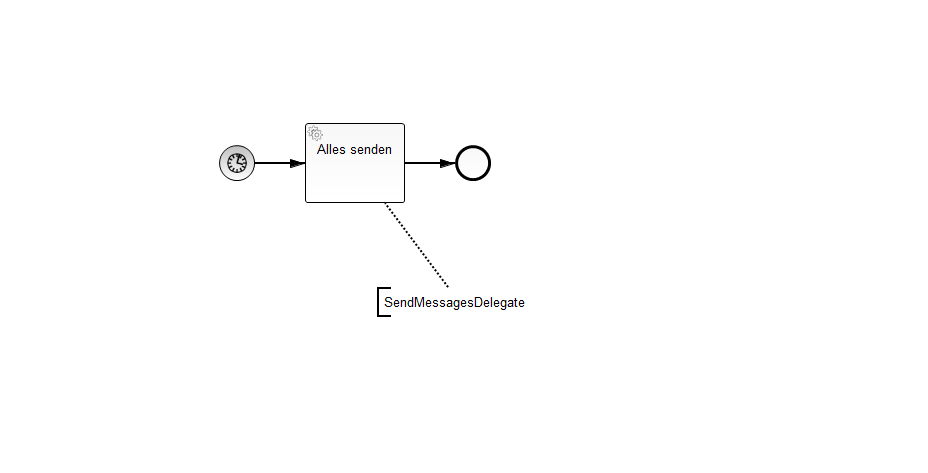
Before: resourceplanning-bpm/src/main/resources/MailTriggerProcess.png, a diagram exported from BPMN (gheddie/speedys-resourceplanning). Its source is kept beside it as resourceplanning-bpm/src/main/resources/MailTriggerProcess.bpmn. Ids are renumbered. Its diagram source:
```xml
<bpmn2:definitions xmlns:xsi="http://www.w3.org/2001/XMLSchema-instance" xmlns:bpmn2="http://www.omg.org/spec/BPMN/20100524/MODEL" xmlns:bpmndi="http://www.omg.org/spec/BPMN/20100524/DI" xmlns:camunda="http://activiti.org/bpmn" xmlns:dc="http://www.omg.org/spec/DD/20100524/DC" xmlns:di="http://www.omg.org/spec/DD/20100524/DI" xsi:schemaLocation="http://www.omg.org/spec/BPMN/20100524/MODEL BPMN20.xsd" id="_C8998G01EeW7KpF1VORX7Q" exporter="camunda modeler" exporterVersion="2.7.0" targetNamespace="http://activiti.org/bpmn">
  <bpmn2:process id="MailTriggerProcess" isExecutable="true">
    <bpmn2:startEvent id="StartEvent_1">
      <bpmn2:outgoing>SequenceFlow_1</bpmn2:outgoing>
      <bpmn2:timerEventDefinition id="_TimerEventDefinition_2">
        <bpmn2:timeCycle xsi:type="bpmn2:tFormalExpression">R/PT10S</bpmn2:timeCycle>
      </bpmn2:timerEventDefinition>
    </bpmn2:startEvent>
    <bpmn2:serviceTask id="ServiceTask_1" camunda:class="de.trispeedys.resourceplanning.delegate.mailtrigger.SendMessagesDelegate" name="Alles senden">
      <bpmn2:incoming>SequenceFlow_1</bpmn2:incoming>
      <bpmn2:outgoing>SequenceFlow_2</bpmn2:outgoing>
    </bpmn2:serviceTask>
    <bpmn2:sequenceFlow id="SequenceFlow_1" name="" sourceRef="StartEvent_1" targetRef="ServiceTask_1"/>
    <bpmn2:endEvent id="EndEvent_1">
      <bpmn2:incoming>SequenceFlow_2</bpmn2:incoming>
    </bpmn2:endEvent>
    <bpmn2:sequenceFlow id="SequenceFlow_2" name="" sourceRef="ServiceTask_1" targetRef="EndEvent_1"/>
    <bpmn2:textAnnotation id="TextAnnotation_1">
      <bpmn2:text>SendMessagesDelegate</bpmn2:text>
    </bpmn2:textAnnotation>
    <bpmn2:association id="Association_1" sourceRef="TextAnnotation_1" targetRef="ServiceTask_1"/>
  </bpmn2:process>
  <bpmndi:BPMNDiagram id="BPMNDiagram_1">
    <bpmndi:BPMNPlane id="BPMNPlane_1" bpmnElement="MailTriggerProcess">
      <bpmndi:BPMNShape id="_BPMNShape_StartEvent_2" bpmnElement="StartEvent_1">
        <dc:Bounds height="36.0" width="36.0" x="219.0" y="145.0"/>
      </bpmndi:BPMNShape>
      <bpmndi:BPMNShape id="_BPMNShape_ServiceTask_2" bpmnElement="ServiceTask_1">
        <dc:Bounds height="80.0" width="100.0" x="305.0" y="123.0"/>
      </bpmndi:BPMNShape>
      <bpmndi:BPMNEdge id="BPMNEdge_SequenceFlow_1" bpmnElement="SequenceFlow_1" sourceElement="_BPMNShape_StartEvent_2" targetElement="_BPMNShape_ServiceTask_2">
        <di:waypoint xsi:type="dc:Point" x="255.0" y="163.0"/>
        <di:waypoint xsi:type="dc:Point" x="305.0" y="163.0"/>
      </bpmndi:BPMNEdge>
      <bpmndi:BPMNShape id="_BPMNShape_EndEvent_2" bpmnElement="EndEvent_1">
        <dc:Bounds height="36.0" width="36.0" x="455.0" y="145.0"/>
      </bpmndi:BPMNShape>
      <bpmndi:BPMNEdge id="BPMNEdge_SequenceFlow_2" bpmnElement="SequenceFlow_2" sourceElement="_BPMNShape_ServiceTask_2" targetElement="_BPMNShape_EndEvent_2">
        <di:waypoint xsi:type="dc:Point" x="405.0" y="163.0"/>
        <di:waypoint xsi:type="dc:Point" x="455.0" y="163.0"/>
      </bpmndi:BPMNEdge>
      <bpmndi:BPMNShape id="_BPMNShape_TextAnnotation_2" bpmnElement="TextAnnotation_1">
        <dc:Bounds height="30.0" width="164.0" x="377.0" y="287.0"/>
      </bpmndi:BPMNShape>
      <bpmndi:BPMNEdge id="BPMNEdge_Association_1" bpmnElement="Association_1" sourceElement="_BPMNShape_TextAnnotation_2" targetElement="_BPMNShape_ServiceTask_2">
        <di:waypoint xsi:type="dc:Point" x="448.0" y="287.0"/>
        <di:waypoint xsi:type="dc:Point" x="385.0" y="203.0"/>
      </bpmndi:BPMNEdge>
    </bpmndi:BPMNPlane>
  </bpmndi:BPMNDiagram>
</bpmn2:definitions>
```
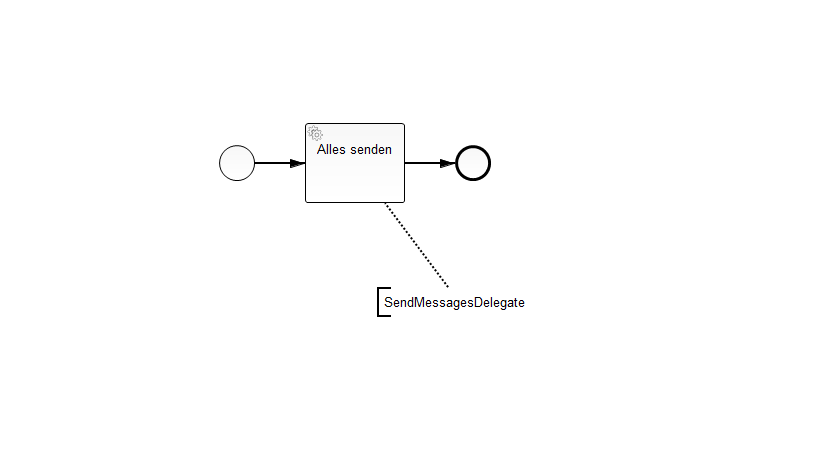
The same diagram one commit later.

What changed in the source:
```diff
@@ -2,9 +2,6 @@
   <bpmn2:process id="MailTriggerProcess" isExecutable="true">
     <bpmn2:startEvent id="StartEvent_1">
       <bpmn2:outgoing>SequenceFlow_1</bpmn2:outgoing>
-      <bpmn2:timerEventDefinition id="_TimerEventDefinition_2">
-        <bpmn2:timeCycle xsi:type="bpmn2:tFormalExpression">R/PT10S</bpmn2:timeCycle>
-      </bpmn2:timerEventDefinition>
     </bpmn2:startEvent>
     <bpmn2:serviceTask id="ServiceTask_1" camunda:class="de.trispeedys.resourceplanning.delegate.mailtrigger.SendMessagesDelegate" name="Alles senden">
       <bpmn2:incoming>SequenceFlow_1</bpmn2:incoming>
```
